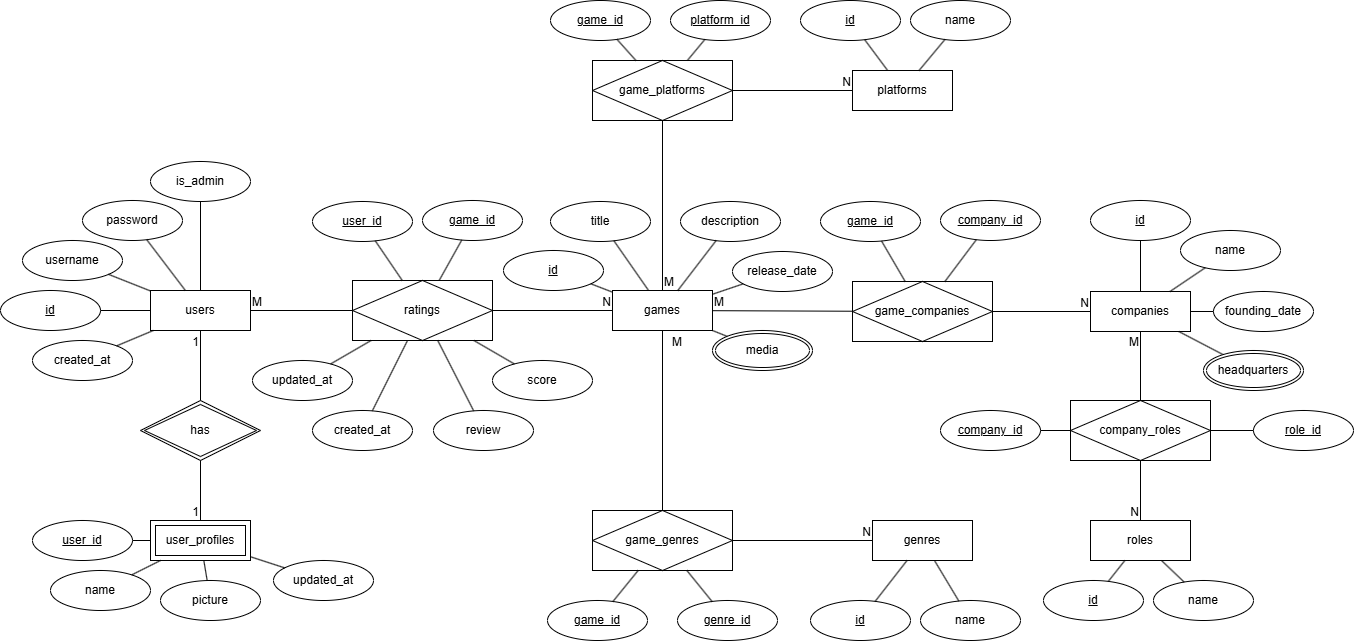
Earlier version of the draw.io export docs/Entity Relationship Diagram.png (billdansr/sweet-potato). Source tidied: cells renumbered, new cells last; positions are measured from the earlier drawing's top-left corner, leaving out a move shared by most shapes.
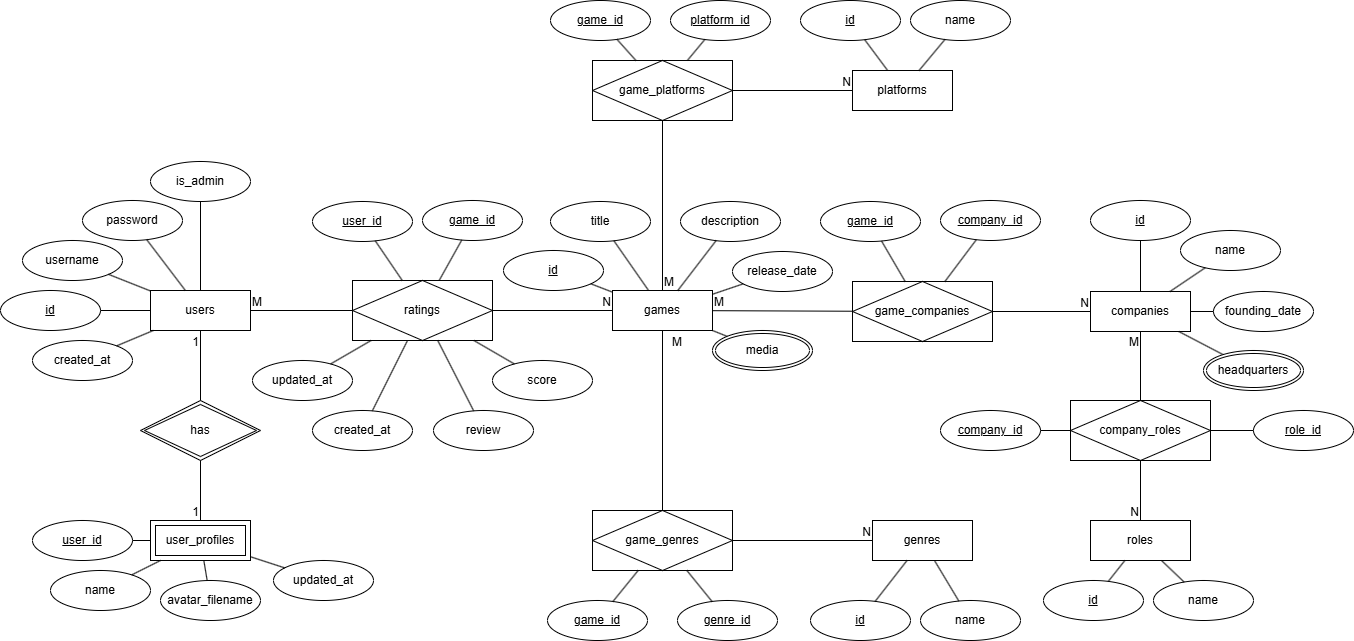
Above is the later version.

Change to the diagram source:
```diff
@@ -303,7 +303,7 @@
     <mxCell id="99" style="endArrow=none;html=1;rounded=0;" parent="1" edge="1" source="91" target="98">
       <mxGeometry relative="1" as="geometry" />
     </mxCell>
-    <mxCell id="100" value="picture" style="ellipse;whiteSpace=wrap;html=1;align=center;" parent="1" vertex="1">
+    <mxCell id="100" value="avatar_filename" style="ellipse;whiteSpace=wrap;html=1;align=center;" parent="1" vertex="1">
       <mxGeometry x="160" y="580" width="100" height="40" as="geometry" />
     </mxCell>
     <mxCell id="101" style="endArrow=none;html=1;rounded=0;" parent="1" edge="1" source="91" target="100">
```
